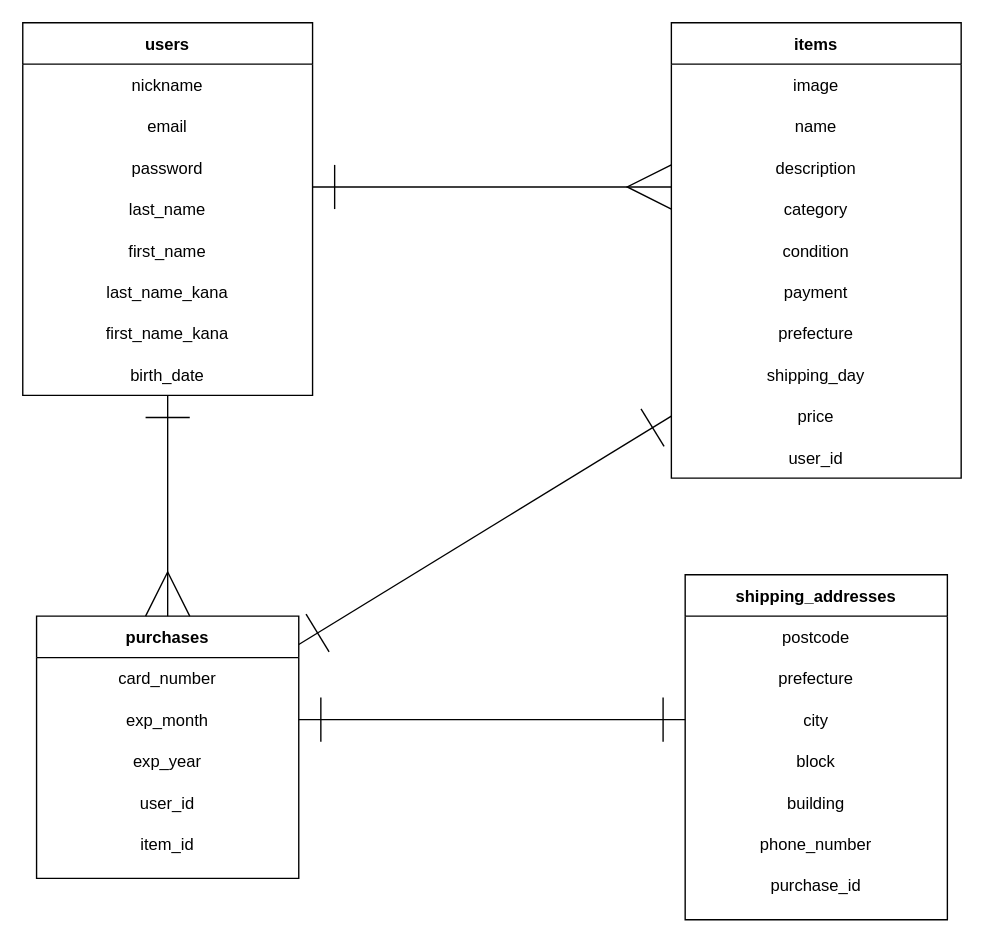
This is ER.dio from jun-ishibashi/furima-34712, a draw.io file, before an edit. Source tidied: cells renumbered, new cells numbered last; positions are measured from the earlier drawing's top-left corner, leaving out a move shared by most shapes. Both pictures are drawn from the tidied source at 138%, with x=0, y=0 at pixel (22, 22).
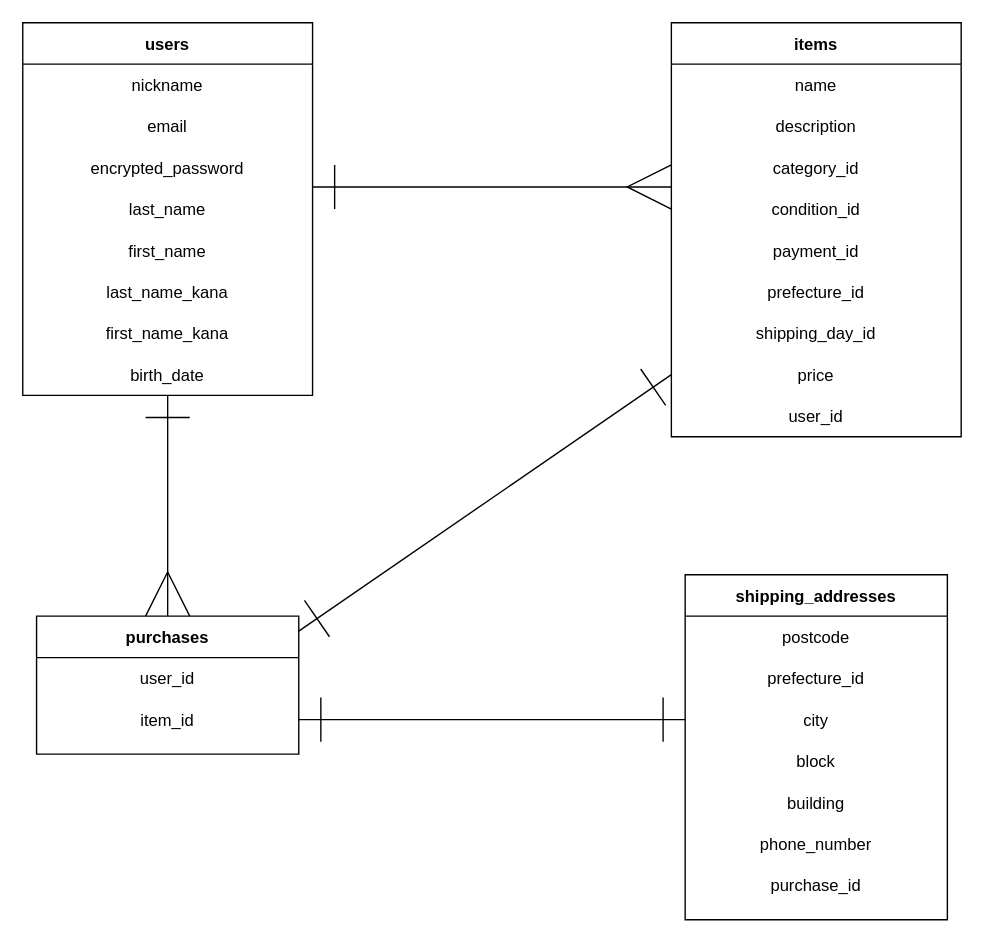
The same diagram, later.

Commit message (it also covers changes not shown here):
ER図とREADMEの修正

Unchanged cells that the change refers to:
```xml
<mxCell id="7" style="shape=partialRectangle;fillColor=none;top=0;left=0;bottom=0;right=0;" parent="2" vertex="1">
  <mxGeometry y="90" width="210" height="30" as="geometry" />
</mxCell>
<mxCell id="54" style="shape=partialRectangle;fillColor=none;top=0;left=0;bottom=0;right=0;" parent="51" vertex="1">
  <mxGeometry y="60" width="190" height="30" as="geometry" />
</mxCell>
<mxCell id="56" style="shape=partialRectangle;fillColor=none;top=0;left=0;bottom=0;right=0;points=[[0,0.5],[1,0.5]];portConstraint=eastwest;" parent="51" vertex="1">
  <mxGeometry y="90" width="190" height="30" as="geometry" />
</mxCell>
```

The edit, as a diff of the source:
```diff
@@
-    <mxCell id="8" value="password" style="shape=partialRectangle;fillColor=none;top=0;left=0;bottom=0;right=0;overflow=hidden;" parent="7" vertex="1">
+    <mxCell id="8" value="encrypted_password" style="shape=partialRectangle;fillColor=none;top=0;left=0;bottom=0;right=0;overflow=hidden;" parent="7" vertex="1">
       <mxGeometry width="210" height="30" as="geometry" />
     </mxCell>
@@
     <mxCell id="19" value="items" style="shape=table;startSize=30;childLayout=tableLayout;rowLines=0;fontStyle=1;align=center;" parent="1" vertex="1">
-      <mxGeometry x="470" width="210" height="330" as="geometry" />
+      <mxGeometry x="470" width="210" height="300" as="geometry" />
     </mxCell>
-    <mxCell id="20" style="shape=partialRectangle;fillColor=none;top=0;left=0;bottom=0;right=0;" parent="19" vertex="1">
-      <mxGeometry y="30" width="210" height="30" as="geometry" />
-    </mxCell>
-    <mxCell id="21" value="image" style="shape=partialRectangle;fillColor=none;top=0;left=0;bottom=0;right=0;overflow=hidden;" parent="20" vertex="1">
-      <mxGeometry width="210" height="30" as="geometry" />
-    </mxCell>
     <mxCell id="22" style="shape=partialRectangle;fillColor=none;top=0;left=0;bottom=0;right=0;" parent="19" vertex="1">
-      <mxGeometry y="60" width="210" height="30" as="geometry" />
+      <mxGeometry y="30" width="210" height="30" as="geometry" />
     </mxCell>
@@
     <mxCell id="24" style="shape=partialRectangle;fillColor=none;top=0;left=0;bottom=0;right=0;" parent="19" vertex="1">
-      <mxGeometry y="90" width="210" height="30" as="geometry" />
+      <mxGeometry y="60" width="210" height="30" as="geometry" />
     </mxCell>
@@
     <mxCell id="26" style="shape=partialRectangle;fillColor=none;top=0;left=0;bottom=0;right=0;" parent="19" vertex="1">
-      <mxGeometry y="120" width="210" height="30" as="geometry" />
+      <mxGeometry y="90" width="210" height="30" as="geometry" />
     </mxCell>
-    <mxCell id="27" value="category" style="shape=partialRectangle;fillColor=none;top=0;left=0;bottom=0;right=0;overflow=hidden;" parent="26" vertex="1">
+    <mxCell id="27" value="category_id" style="shape=partialRectangle;fillColor=none;top=0;left=0;bottom=0;right=0;overflow=hidden;" parent="26" vertex="1">
       <mxGeometry width="210" height="30" as="geometry" />
     </mxCell>
     <mxCell id="28" style="shape=partialRectangle;fillColor=none;top=0;left=0;bottom=0;right=0;" parent="19" vertex="1">
-      <mxGeometry y="150" width="210" height="30" as="geometry" />
+      <mxGeometry y="120" width="210" height="30" as="geometry" />
     </mxCell>
-    <mxCell id="29" value="condition" style="shape=partialRectangle;fillColor=none;top=0;left=0;bottom=0;right=0;overflow=hidden;" parent="28" vertex="1">
+    <mxCell id="29" value="condition_id" style="shape=partialRectangle;fillColor=none;top=0;left=0;bottom=0;right=0;overflow=hidden;" parent="28" vertex="1">
       <mxGeometry width="210" height="30" as="geometry" />
     </mxCell>
     <mxCell id="30" style="shape=partialRectangle;fillColor=none;top=0;left=0;bottom=0;right=0;" parent="19" vertex="1">
-      <mxGeometry y="180" width="210" height="30" as="geometry" />
+      <mxGeometry y="150" width="210" height="30" as="geometry" />
     </mxCell>
-    <mxCell id="31" value="payment" style="shape=partialRectangle;fillColor=none;top=0;left=0;bottom=0;right=0;overflow=hidden;" parent="30" vertex="1">
+    <mxCell id="31" value="payment_id" style="shape=partialRectangle;fillColor=none;top=0;left=0;bottom=0;right=0;overflow=hidden;" parent="30" vertex="1">
       <mxGeometry width="210" height="30" as="geometry" />
     </mxCell>
     <mxCell id="32" style="shape=partialRectangle;fillColor=none;top=0;left=0;bottom=0;right=0;" parent="19" vertex="1">
-      <mxGeometry y="210" width="210" height="30" as="geometry" />
+      <mxGeometry y="180" width="210" height="30" as="geometry" />
     </mxCell>
-    <mxCell id="33" value="prefecture" style="shape=partialRectangle;fillColor=none;top=0;left=0;bottom=0;right=0;overflow=hidden;" parent="32" vertex="1">
+    <mxCell id="33" value="prefecture_id" style="shape=partialRectangle;fillColor=none;top=0;left=0;bottom=0;right=0;overflow=hidden;" parent="32" vertex="1">
       <mxGeometry width="210" height="30" as="geometry" />
     </mxCell>
     <mxCell id="34" style="shape=partialRectangle;fillColor=none;top=0;left=0;bottom=0;right=0;" parent="19" vertex="1">
-      <mxGeometry y="240" width="210" height="30" as="geometry" />
+      <mxGeometry y="210" width="210" height="30" as="geometry" />
     </mxCell>
-    <mxCell id="35" value="shipping_day" style="shape=partialRectangle;fillColor=none;top=0;left=0;bottom=0;right=0;overflow=hidden;" parent="34" vertex="1">
+    <mxCell id="35" value="shipping_day_id" style="shape=partialRectangle;fillColor=none;top=0;left=0;bottom=0;right=0;overflow=hidden;" parent="34" vertex="1">
       <mxGeometry width="210" height="30" as="geometry" />
     </mxCell>
     <mxCell id="36" style="shape=partialRectangle;fillColor=none;top=0;left=0;bottom=0;right=0;points=[[0,0.5],[1,0.5]];portConstraint=eastwest;" parent="19" vertex="1">
-      <mxGeometry y="270" width="210" height="30" as="geometry" />
+      <mxGeometry y="240" width="210" height="30" as="geometry" />
     </mxCell>
@@
     <mxCell id="38" style="shape=partialRectangle;fillColor=none;top=0;left=0;bottom=0;right=0;" parent="19" vertex="1">
-      <mxGeometry y="300" width="210" height="30" as="geometry" />
+      <mxGeometry y="270" width="210" height="30" as="geometry" />
     </mxCell>
@@
     <mxCell id="40" value="purchases" style="shape=table;startSize=30;childLayout=tableLayout;rowLines=0;fontStyle=1;align=center;" parent="1" vertex="1">
-      <mxGeometry x="10" y="430" width="190" height="190" as="geometry" />
+      <mxGeometry x="10" y="430" width="190" height="100" as="geometry" />
     </mxCell>
-    <mxCell id="41" style="shape=partialRectangle;fillColor=none;top=0;left=0;bottom=0;right=0;" parent="40" vertex="1">
-      <mxGeometry y="30" width="190" height="30" as="geometry" />
-    </mxCell>
-    <mxCell id="42" value="card_number" style="shape=partialRectangle;fillColor=none;top=0;left=0;bottom=0;right=0;overflow=hidden;" parent="41" vertex="1">
-      <mxGeometry width="190" height="30" as="geometry" />
-    </mxCell>
-    <mxCell id="43" style="shape=partialRectangle;fillColor=none;top=0;left=0;bottom=0;right=0;points=[[0,0.5],[1,0.5]];portConstraint=eastwest;" parent="40" vertex="1">
-      <mxGeometry y="60" width="190" height="30" as="geometry" />
-    </mxCell>
-    <mxCell id="44" value="exp_month" style="shape=partialRectangle;fillColor=none;top=0;left=0;bottom=0;right=0;overflow=hidden;" parent="43" vertex="1">
-      <mxGeometry width="190" height="30" as="geometry" />
-    </mxCell>
-    <mxCell id="45" style="shape=partialRectangle;fillColor=none;top=0;left=0;bottom=0;right=0;" parent="40" vertex="1">
-      <mxGeometry y="90" width="190" height="30" as="geometry" />
-    </mxCell>
-    <mxCell id="46" value="exp_year" style="shape=partialRectangle;fillColor=none;top=0;left=0;bottom=0;right=0;overflow=hidden;" parent="45" vertex="1">
-      <mxGeometry width="190" height="30" as="geometry" />
-    </mxCell>
     <mxCell id="47" style="shape=partialRectangle;fillColor=none;top=0;left=0;bottom=0;right=0;" parent="40" vertex="1">
-      <mxGeometry y="120" width="190" height="30" as="geometry" />
+      <mxGeometry y="30" width="190" height="30" as="geometry" />
     </mxCell>
@@
     <mxCell id="49" style="shape=partialRectangle;fillColor=none;top=0;left=0;bottom=0;right=0;points=[[0,0.5],[1,0.5]];portConstraint=eastwest;" parent="40" vertex="1">
-      <mxGeometry y="150" width="190" height="30" as="geometry" />
+      <mxGeometry y="60" width="190" height="30" as="geometry" />
     </mxCell>
@@
-    <mxCell id="55" value="prefecture" style="shape=partialRectangle;fillColor=none;top=0;left=0;bottom=0;right=0;overflow=hidden;" parent="54" vertex="1">
+    <mxCell id="55" value="prefecture_id" style="shape=partialRectangle;fillColor=none;top=0;left=0;bottom=0;right=0;overflow=hidden;" parent="54" vertex="1">
       <mxGeometry width="190" height="30" as="geometry" />
     </mxCell>
@@
-    <mxCell id="68" style="endArrow=ERone;html=1;rounded=0;entryX=0;entryY=0.5;entryDx=0;entryDy=0;exitX=1;exitY=0.5;exitDx=0;exitDy=0;startArrow=ERone;startFill=0;endFill=0;endSize=30;startSize=30;" parent="1" edge="1" source="43" target="56">
+    <mxCell id="68" style="endArrow=ERone;html=1;rounded=0;entryX=0;entryY=0.5;entryDx=0;entryDy=0;exitX=1;exitY=0.5;exitDx=0;exitDy=0;startArrow=ERone;startFill=0;endFill=0;endSize=30;startSize=30;" parent="1" edge="1" source="49" target="56">
       <mxGeometry relative="1" as="geometry" />
     </mxCell>
```
